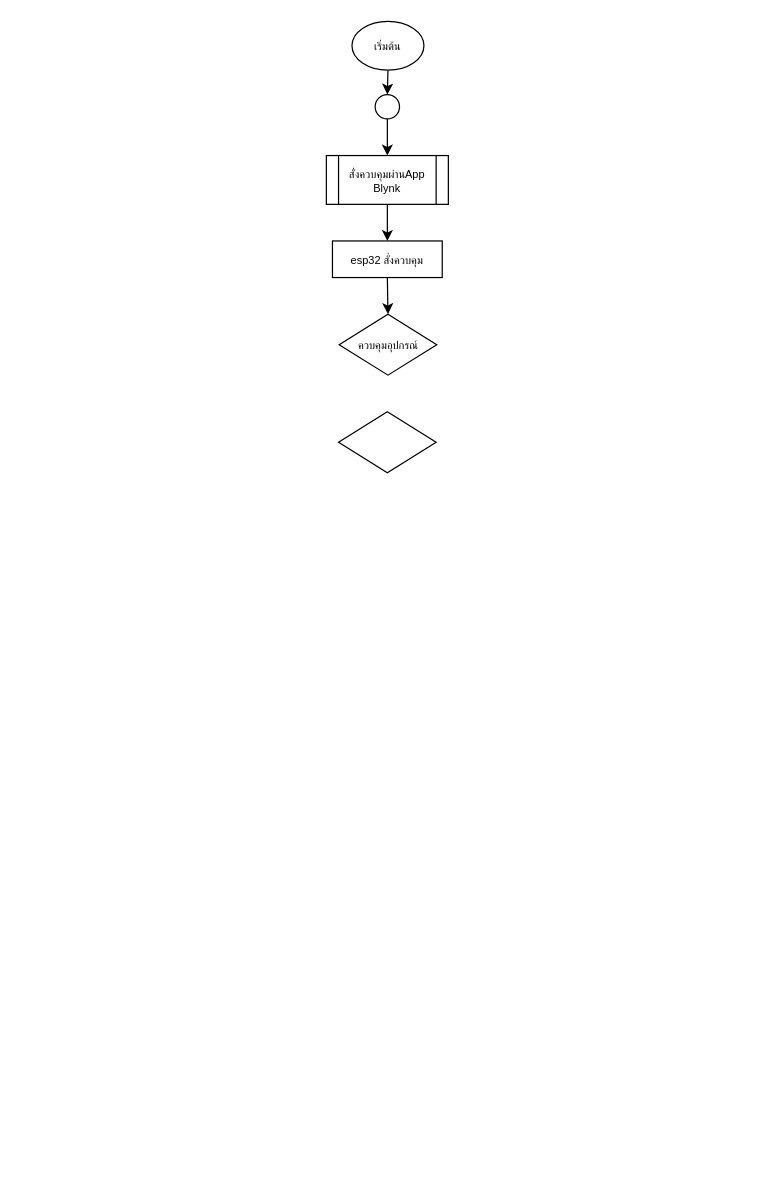
Earlier version of the draw.io diagram IoT Project.drawio (Pteeradet/Pteeradet). Source tidied: cells renumbered, new cells numbered last; positions are measured from the earlier drawing's top-left corner, leaving out a move shared by most shapes. Both pictures are drawn from the tidied source at 122%, with x=0, y=0 at pixel (326, 21).
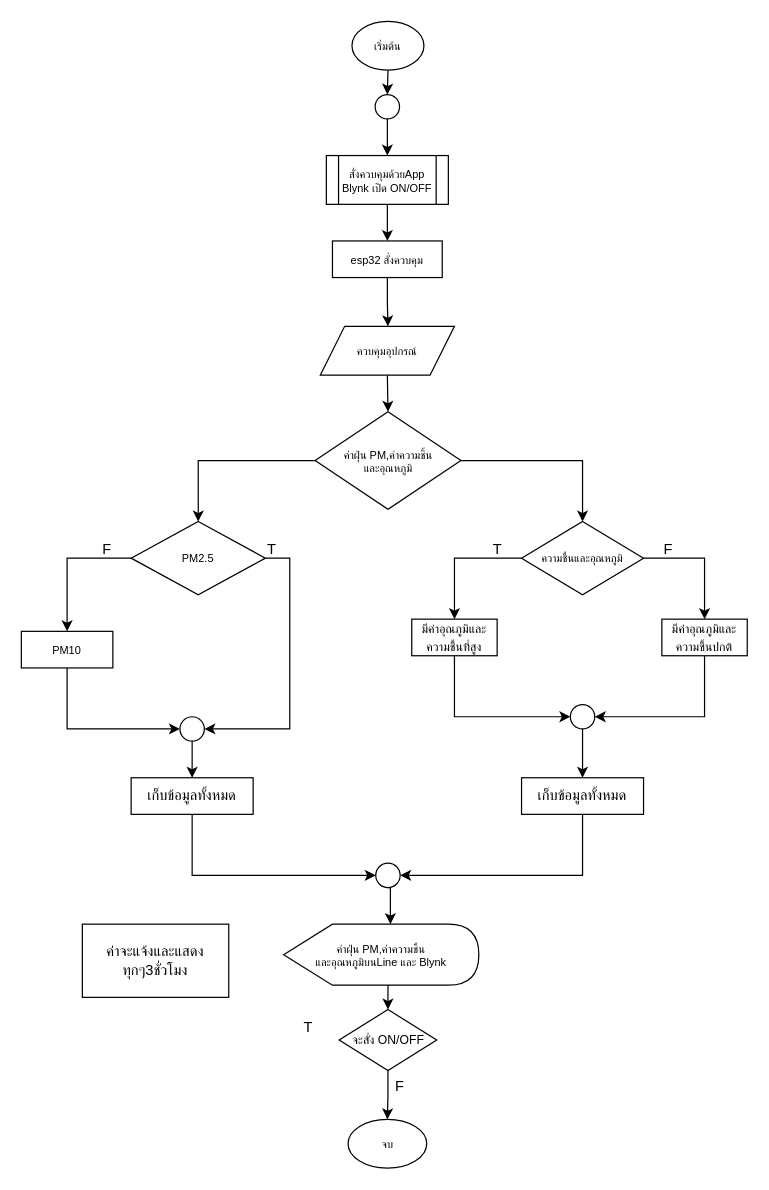
The same diagram, later.

Unchanged cells that the change refers to:
```xml
<mxCell id="9" value="&lt;font style=&quot;font-size: 9px;&quot;&gt;esp32 สั่งควบคุม&lt;/font&gt;" style="rounded=0;whiteSpace=wrap;html=1;" parent="1" vertex="1">
  <mxGeometry x="5" y="180" width="90" height="30" as="geometry" />
</mxCell>
```

Change to the diagram source:
```diff
@@
-    <mxCell id="7" value="&lt;font style=&quot;font-size: 9px;&quot;&gt;สั่งควบคุมผ่านApp&lt;/font&gt;&lt;div style=&quot;font-size: 9px;&quot;&gt;&lt;font style=&quot;font-size: 9px;&quot;&gt;Blynk&lt;/font&gt;&lt;/div&gt;" style="shape=process;whiteSpace=wrap;html=1;backgroundOutline=1;" parent="1" vertex="1">
+    <mxCell id="7" value="&lt;font style=&quot;font-size: 9px;&quot;&gt;สั่งควบคุมด้วยApp&lt;/font&gt;&lt;div style=&quot;font-size: 9px;&quot;&gt;&lt;font style=&quot;font-size: 9px;&quot;&gt;Blynk เปิด ON/OFF&lt;/font&gt;&lt;/div&gt;" style="shape=process;whiteSpace=wrap;html=1;backgroundOutline=1;" parent="1" vertex="1">
       <mxGeometry y="110" width="100" height="40" as="geometry" />
     </mxCell>
-    <mxCell id="8" style="edgeStyle=orthogonalEdgeStyle;rounded=0;jettySize=auto;html=1;exitX=0.5;exitY=1;exitDx=0;exitDy=0;entryX=0.5;entryY=0;entryDx=0;entryDy=0;" parent="1" edge="1" source="9" target="10">
-      <mxGeometry relative="1" as="geometry" />
+    <mxCell id="8" style="edgeStyle=orthogonalEdgeStyle;rounded=0;jettySize=auto;html=1;exitX=0.5;exitY=1;exitDx=0;exitDy=0;entryX=0.5;entryY=0;entryDx=0;entryDy=0;" parent="1" edge="1" source="9">
+      <mxGeometry relative="1" as="geometry">
+        <mxPoint x="50.5" y="250" as="targetPoint" />
+        <Array as="points">
+          <mxPoint x="50" y="230" />
+        </Array>
+      </mxGeometry>
     </mxCell>
@@
+    <mxCell id="12" style="edgeStyle=orthogonalEdgeStyle;rounded=0;jettySize=auto;html=1;entryX=0.5;entryY=0;entryDx=0;entryDy=0;" parent="1" edge="1" source="11" target="16">
+      <mxGeometry relative="1" as="geometry">
+        <Array as="points">
+          <mxPoint x="-105" y="360" />
+        </Array>
+      </mxGeometry>
+    </mxCell>
+    <mxCell id="13" style="edgeStyle=orthogonalEdgeStyle;rounded=0;jettySize=auto;html=1;" parent="1" edge="1" source="11" target="19">
+      <mxGeometry relative="1" as="geometry">
+        <Array as="points">
+          <mxPoint x="210" y="360" />
+        </Array>
+      </mxGeometry>
+    </mxCell>
+    <mxCell id="11" value="&lt;font style=&quot;font-size: 9px;&quot;&gt;ค่าฝุ่น PM,ค่าความชิ้น&lt;/font&gt;&lt;div style=&quot;font-size: 9px;&quot;&gt;&lt;font style=&quot;font-size: 9px;&quot;&gt;และอุณหภูมิ&lt;/font&gt;&lt;/div&gt;" style="rhombus;whiteSpace=wrap;html=1;" parent="1" vertex="1">
+      <mxGeometry x="-9.2" y="320" width="119.5" height="80" as="geometry" />
+    </mxCell>
+    <mxCell id="14" style="edgeStyle=orthogonalEdgeStyle;rounded=0;jettySize=auto;html=1;exitX=1;exitY=0.5;exitDx=0;exitDy=0;entryX=1;entryY=0.5;entryDx=0;entryDy=0;" parent="1" edge="1" source="16" target="28">
+      <mxGeometry relative="1" as="geometry" />
+    </mxCell>
+    <mxCell id="15" style="edgeStyle=orthogonalEdgeStyle;rounded=0;jettySize=auto;html=1;exitX=0;exitY=0.5;exitDx=0;exitDy=0;entryX=0.5;entryY=0;entryDx=0;entryDy=0;" parent="1" edge="1" source="16" target="34">
+      <mxGeometry relative="1" as="geometry" />
+    </mxCell>
+    <mxCell id="16" value="&lt;font style=&quot;font-size: 9px;&quot;&gt;PM2.5&lt;/font&gt;" style="rhombus;whiteSpace=wrap;html=1;" parent="1" vertex="1">
+      <mxGeometry x="-160" y="410" width="110" height="60" as="geometry" />
+    </mxCell>
+    <mxCell id="17" style="edgeStyle=orthogonalEdgeStyle;rounded=0;jettySize=auto;html=1;" parent="1" edge="1" source="19" target="21">
+      <mxGeometry relative="1" as="geometry" />
+    </mxCell>
+    <mxCell id="18" style="edgeStyle=orthogonalEdgeStyle;rounded=0;jettySize=auto;html=1;exitX=1;exitY=0.5;exitDx=0;exitDy=0;entryX=0.5;entryY=0;entryDx=0;entryDy=0;" parent="1" edge="1" source="19" target="23">
+      <mxGeometry relative="1" as="geometry" />
+    </mxCell>
+    <mxCell id="19" value="&lt;font style=&quot;font-size: 9px;&quot;&gt;ความชื้นและอุณหภูมิ&lt;/font&gt;" style="rhombus;whiteSpace=wrap;html=1;" parent="1" vertex="1">
+      <mxGeometry x="160" y="410" width="100" height="60" as="geometry" />
+    </mxCell>
+    <mxCell id="20" style="edgeStyle=orthogonalEdgeStyle;rounded=0;jettySize=auto;html=1;exitX=0.5;exitY=1;exitDx=0;exitDy=0;entryX=0;entryY=0.5;entryDx=0;entryDy=0;" parent="1" edge="1" source="21" target="30">
+      <mxGeometry relative="1" as="geometry" />
+    </mxCell>
+    <mxCell id="21" value="&lt;font size=&quot;1&quot;&gt;มีค่าอุณภูมิและความชื้นที่สูง&lt;/font&gt;" style="whiteSpace=wrap;html=1;" parent="1" vertex="1">
+      <mxGeometry x="70" y="490" width="70" height="30" as="geometry" />
+    </mxCell>
+    <mxCell id="22" style="edgeStyle=orthogonalEdgeStyle;rounded=0;jettySize=auto;html=1;exitX=0.5;exitY=1;exitDx=0;exitDy=0;entryX=1;entryY=0.5;entryDx=0;entryDy=0;" parent="1" edge="1" source="23" target="30">
+      <mxGeometry relative="1" as="geometry" />
+    </mxCell>
+    <mxCell id="23" value="&lt;span style=&quot;font-size: x-small;&quot;&gt;มีค่าอุณภูมิและความชื้นปกติ&lt;/span&gt;" style="whiteSpace=wrap;html=1;" parent="1" vertex="1">
+      <mxGeometry x="275" y="490" width="70" height="30" as="geometry" />
+    </mxCell>
+    <mxCell id="24" value="T" style="text;html=1;align=center;verticalAlign=middle;strokeColor=none;fillColor=none;" parent="1" vertex="1">
+      <mxGeometry x="125" y="418" width="30" height="30" as="geometry" />
+    </mxCell>
+    <mxCell id="25" value="F" style="text;html=1;align=center;verticalAlign=middle;strokeColor=none;fillColor=none;" parent="1" vertex="1">
+      <mxGeometry x="265" y="418" width="30" height="30" as="geometry" />
+    </mxCell>
+    <mxCell id="26" value="F" style="text;html=1;align=center;verticalAlign=middle;strokeColor=none;fillColor=none;" parent="1" vertex="1">
+      <mxGeometry x="-195" y="418" width="30" height="30" as="geometry" />
+    </mxCell>
+    <mxCell id="27" style="edgeStyle=orthogonalEdgeStyle;rounded=0;jettySize=auto;html=1;exitX=0.5;exitY=1;exitDx=0;exitDy=0;entryX=0.5;entryY=0;entryDx=0;entryDy=0;" parent="1" edge="1" source="28" target="36">
+      <mxGeometry relative="1" as="geometry" />
+    </mxCell>
+    <mxCell id="28" style="ellipse;whiteSpace=wrap;html=1;" parent="1" vertex="1">
+      <mxGeometry x="-120" y="570" width="20" height="20" as="geometry" />
+    </mxCell>
+    <mxCell id="29" style="edgeStyle=orthogonalEdgeStyle;rounded=0;jettySize=auto;html=1;exitX=0.5;exitY=1;exitDx=0;exitDy=0;entryX=0.5;entryY=0;entryDx=0;entryDy=0;" parent="1" edge="1" source="30" target="32">
+      <mxGeometry relative="1" as="geometry" />
+    </mxCell>
+    <mxCell id="30" style="ellipse;whiteSpace=wrap;html=1;" parent="1" vertex="1">
+      <mxGeometry x="200" y="560" width="20" height="20" as="geometry" />
+    </mxCell>
+    <mxCell id="31" style="edgeStyle=orthogonalEdgeStyle;rounded=0;jettySize=auto;html=1;exitX=0.5;exitY=1;exitDx=0;exitDy=0;entryX=1;entryY=0.5;entryDx=0;entryDy=0;" parent="1" edge="1" source="32" target="37">
+      <mxGeometry relative="1" as="geometry" />
+    </mxCell>
+    <mxCell id="32" value="เก็บข้อมูลทั้งหมด" style="rounded=0;whiteSpace=wrap;html=1;" parent="1" vertex="1">
+      <mxGeometry x="160" y="620" width="100" height="30" as="geometry" />
+    </mxCell>
+    <mxCell id="33" style="edgeStyle=orthogonalEdgeStyle;rounded=0;jettySize=auto;html=1;exitX=0.5;exitY=1;exitDx=0;exitDy=0;entryX=0;entryY=0.5;entryDx=0;entryDy=0;" parent="1" edge="1" source="34" target="28">
+      <mxGeometry relative="1" as="geometry" />
+    </mxCell>
+    <mxCell id="34" value="&lt;font style=&quot;font-size: 9px;&quot;&gt;PM10&lt;/font&gt;" style="rounded=0;whiteSpace=wrap;html=1;" parent="1" vertex="1">
+      <mxGeometry x="-250" y="500" width="75" height="30" as="geometry" />
+    </mxCell>
+    <mxCell id="35" style="edgeStyle=orthogonalEdgeStyle;rounded=0;jettySize=auto;html=1;exitX=0.5;exitY=1;exitDx=0;exitDy=0;entryX=0;entryY=0.5;entryDx=0;entryDy=0;" parent="1" edge="1" source="36" target="37">
+      <mxGeometry relative="1" as="geometry" />
+    </mxCell>
+    <mxCell id="36" value="เก็บข้อมูลทั้งหมด" style="rounded=0;whiteSpace=wrap;html=1;" parent="1" vertex="1">
+      <mxGeometry x="-160" y="620" width="100" height="30" as="geometry" />
+    </mxCell>
+    <mxCell id="37" style="ellipse;whiteSpace=wrap;html=1;" parent="1" vertex="1">
+      <mxGeometry x="40.5" y="690" width="20" height="20" as="geometry" />
+    </mxCell>
+    <mxCell id="38" style="edgeStyle=orthogonalEdgeStyle;rounded=0;jettySize=auto;html=1;exitX=0.5;exitY=1;exitDx=0;exitDy=0;entryX=0.5;entryY=0;entryDx=0;entryDy=0;" parent="1" edge="1" source="39" target="40">
+      <mxGeometry relative="1" as="geometry" />
+    </mxCell>
+    <mxCell id="39" value="&lt;font size=&quot;1&quot;&gt;จะสั่ง ON/OFF&lt;/font&gt;" style="rhombus;whiteSpace=wrap;html=1;" parent="1" vertex="1">
+      <mxGeometry x="10.5" y="810" width="80" height="50" as="geometry" />
+    </mxCell>
+    <mxCell id="40" value="&lt;font style=&quot;font-size: 9px;&quot;&gt;จบ&lt;/font&gt;" style="ellipse;whiteSpace=wrap;html=1;" parent="1" vertex="1">
+      <mxGeometry x="17.8" y="900" width="64.5" height="40" as="geometry" />
+    </mxCell>
+    <mxCell id="41" value="F" style="text;html=1;align=center;verticalAlign=middle;strokeColor=none;fillColor=none;" parent="1" vertex="1">
+      <mxGeometry x="44.5" y="858" width="30" height="30" as="geometry" />
+    </mxCell>
+    <mxCell id="42" value="T" style="text;html=1;align=center;verticalAlign=middle;strokeColor=none;fillColor=none;" parent="1" vertex="1">
+      <mxGeometry x="-60" y="418" width="30" height="30" as="geometry" />
+    </mxCell>
+    <mxCell id="43" value="T" style="text;html=1;align=center;verticalAlign=middle;strokeColor=none;fillColor=none;" parent="1" vertex="1">
+      <mxGeometry x="-30" y="810" width="30" height="30" as="geometry" />
+    </mxCell>
+    <mxCell id="44" style="edgeStyle=orthogonalEdgeStyle;rounded=0;jettySize=auto;html=1;exitX=0.5;exitY=1;exitDx=0;exitDy=0;entryX=0.5;entryY=0;entryDx=0;entryDy=0;" parent="1" edge="1" target="11">
+      <mxGeometry relative="1" as="geometry">
+        <mxPoint x="50" y="290" as="sourcePoint" />
+      </mxGeometry>
+    </mxCell>
-    <mxCell id="10" value="&lt;font style=&quot;font-size: 9px;&quot;&gt;ควบคุมอุปกรณ์&lt;/font&gt;" style="rhombus;whiteSpace=wrap;html=1;" parent="1" vertex="1">
-      <mxGeometry x="10.5" y="240" width="80" height="50" as="geometry" />
+    <mxCell id="10" value="&lt;span style=&quot;font-size: 9px;&quot;&gt;ควบคุมอุปกรณ์&lt;/span&gt;" style="shape=parallelogram;perimeter=parallelogramPerimeter;whiteSpace=wrap;html=1;fixedSize=1;" parent="1" vertex="1">
+      <mxGeometry x="-5" y="250" width="110" height="40" as="geometry" />
     </mxCell>
-    <mxCell id="11" style="rhombus;whiteSpace=wrap;html=1;" parent="1" vertex="1">
-      <mxGeometry x="10" y="320" width="80" height="50" as="geometry" />
-    </mxCell>
+    <mxCell id="45" style="edgeStyle=orthogonalEdgeStyle;rounded=0;jettySize=auto;html=1;exitX=0;exitY=0;exitDx=87.5;exitDy=50;exitPerimeter=0;entryX=0.5;entryY=0;entryDx=0;entryDy=0;" parent="1" edge="1" source="46" target="39">
+      <mxGeometry relative="1" as="geometry" />
+    </mxCell>
+    <mxCell id="46" value="&lt;font style=&quot;font-size: 9px;&quot;&gt;ค่าฝุ่น PM,ค่าความชิ้น&lt;/font&gt;&lt;div style=&quot;font-size: 9px;&quot;&gt;และอุณหภูมิบนLine และ Blynk&lt;/div&gt;" style="shape=display;whiteSpace=wrap;html=1;" parent="1" vertex="1">
+      <mxGeometry x="-35" y="740" width="160" height="50" as="geometry" />
+    </mxCell>
+    <mxCell id="47" style="edgeStyle=orthogonalEdgeStyle;rounded=0;jettySize=auto;html=1;exitX=0.5;exitY=1;exitDx=0;exitDy=0;entryX=0;entryY=0;entryDx=87.5;entryDy=0;entryPerimeter=0;" parent="1" edge="1" source="37" target="46">
+      <mxGeometry relative="1" as="geometry" />
+    </mxCell>
+    <mxCell id="48" value="ค่าจะแจ้งและแสดงทุกๆ3ชั่วโมง" style="rounded=0;whiteSpace=wrap;html=1;" parent="1" vertex="1">
+      <mxGeometry x="-200" y="740" width="120" height="60" as="geometry" />
+    </mxCell>
```
